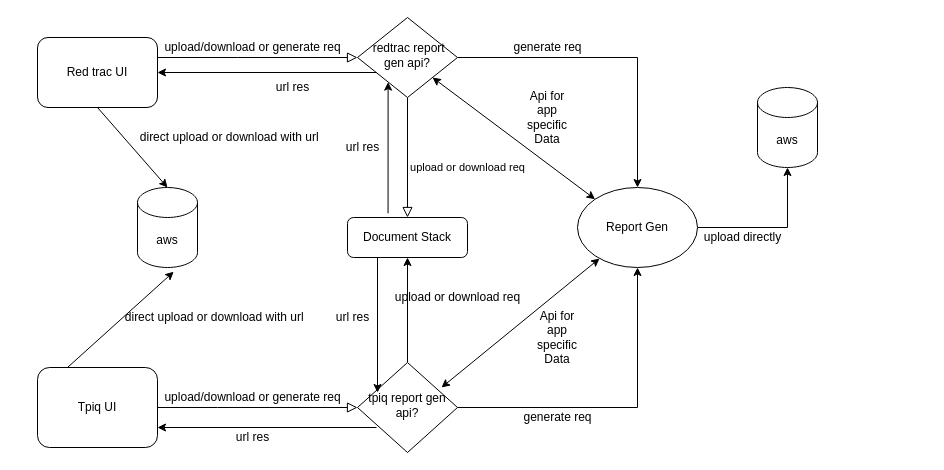
Above: Untitled Diagram.drawio in ZojitrA/diagrams (draw.io), before the change. Source tidied: cells renumbered, new cells numbered last; positions are measured from the earlier drawing's top-left corner, leaving out a move shared by most shapes. Both pictures are drawn from the tidied source at 100%, with x=0, y=0 at pixel (37, 17).
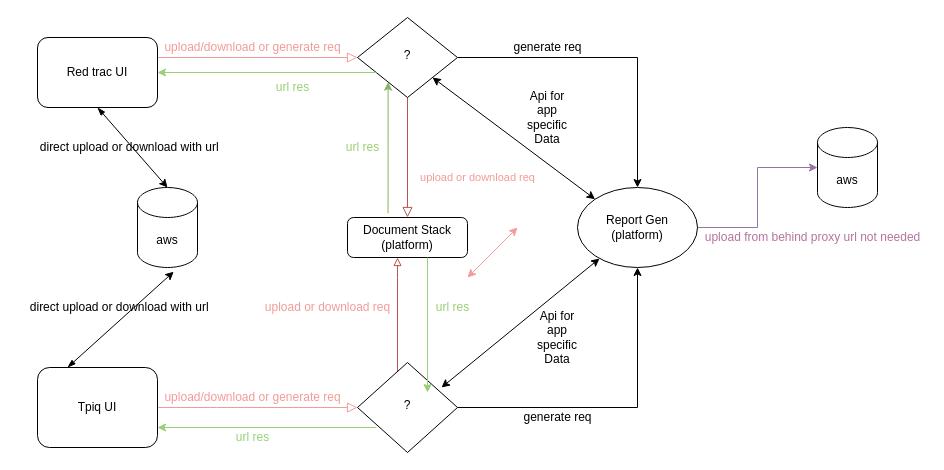
Above is the later version.

Commit message:
updated reportgen/tpsafe

Unchanged cells that the change refers to:
```xml
<mxCell id="3" value="Red trac UI" style="rounded=1;whiteSpace=wrap;html=1;fontSize=12;glass=0;strokeWidth=1;shadow=0;" parent="1" vertex="1">
  <mxGeometry y="20" width="120" height="70" as="geometry" />
</mxCell>
<mxCell id="12" value="Tpiq UI" style="rounded=1;whiteSpace=wrap;html=1;fontSize=12;glass=0;strokeWidth=1;shadow=0;" parent="1" vertex="1">
  <mxGeometry y="350" width="120" height="80" as="geometry" />
</mxCell>
<mxCell id="24" value="aws" style="shape=cylinder3;whiteSpace=wrap;html=1;boundedLbl=1;backgroundOutline=1;size=15;" parent="1" vertex="1">
  <mxGeometry x="100" y="170" width="60" height="80" as="geometry" />
</mxCell>
```

The edit, as a diff of the source:
```diff
@@
-    <mxCell id="2" style="rounded=0;html=1;jettySize=auto;fontSize=11;endArrow=block;endFill=0;endSize=8;strokeWidth=1;shadow=0;labelBackgroundColor=none;edgeStyle=orthogonalEdgeStyle;" parent="1" edge="1" source="3" target="6">
+    <mxCell id="2" style="rounded=0;html=1;jettySize=auto;fontSize=11;endArrow=block;endFill=0;endSize=8;strokeWidth=1;shadow=0;labelBackgroundColor=none;edgeStyle=orthogonalEdgeStyle;strokeColor=#F19C99;" parent="1" edge="1" source="3" target="6">
       <mxGeometry relative="1" as="geometry">
         <Array as="points">
           <mxPoint x="200" y="40" />
           <mxPoint x="200" y="40" />
         </Array>
       </mxGeometry>
     </mxCell>
@@
-    <mxCell id="4" value="upload or download req" style="edgeStyle=orthogonalEdgeStyle;rounded=0;html=1;jettySize=auto;fontSize=11;endArrow=block;endFill=0;endSize=8;strokeWidth=1;shadow=0;labelBackgroundColor=none;" parent="1" edge="1" source="6" target="7">
-      <mxGeometry x="0.17" y="60" relative="1" as="geometry" />
+    <mxCell id="4" value="&lt;font color=&quot;#f19c99&quot;&gt;upload or download req&lt;/font&gt;" style="edgeStyle=orthogonalEdgeStyle;rounded=0;html=1;jettySize=auto;fontSize=11;endArrow=block;endFill=0;endSize=8;strokeWidth=1;shadow=0;labelBackgroundColor=none;fillColor=#f8cecc;strokeColor=#b85450;" parent="1" edge="1" source="6" target="7">
+      <mxGeometry x="0.33" y="70" relative="1" as="geometry" />
     </mxCell>
@@
-    <mxCell id="6" value="&amp;nbsp;redtrac report gen api?" style="rhombus;whiteSpace=wrap;html=1;shadow=0;fontFamily=Helvetica;fontSize=12;align=center;strokeWidth=1;spacing=6;spacingTop=-4;" parent="1" vertex="1">
+    <mxCell id="6" value="?" style="rhombus;whiteSpace=wrap;html=1;shadow=0;fontFamily=Helvetica;fontSize=12;align=center;strokeWidth=1;spacing=6;spacingTop=-4;" parent="1" vertex="1">
       <mxGeometry x="320" width="100" height="80" as="geometry" />
     </mxCell>
-    <mxCell id="7" value="Document Stack" style="rounded=1;whiteSpace=wrap;html=1;fontSize=12;glass=0;strokeWidth=1;shadow=0;" parent="1" vertex="1">
+    <mxCell id="7" value="Document Stack (platform)" style="rounded=1;whiteSpace=wrap;html=1;fontSize=12;glass=0;strokeWidth=1;shadow=0;" parent="1" vertex="1">
       <mxGeometry x="310" y="200" width="120" height="40" as="geometry" />
     </mxCell>
-    <mxCell id="8" style="rounded=0;html=1;jettySize=auto;fontSize=11;endArrow=block;endFill=0;endSize=8;strokeWidth=1;shadow=0;labelBackgroundColor=none;edgeStyle=orthogonalEdgeStyle;exitX=1;exitY=0.5;exitDx=0;exitDy=0;entryX=0;entryY=0.5;entryDx=0;entryDy=0;" parent="1" edge="1" source="12" target="11">
+    <mxCell id="8" style="rounded=0;html=1;jettySize=auto;fontSize=11;endArrow=block;endFill=0;endSize=8;strokeWidth=1;shadow=0;labelBackgroundColor=none;edgeStyle=orthogonalEdgeStyle;exitX=1;exitY=0.5;exitDx=0;exitDy=0;entryX=0;entryY=0.5;entryDx=0;entryDy=0;strokeColor=#F19C99;" parent="1" edge="1" source="12" target="11">
       <mxGeometry x="0.33" y="20" relative="1" as="geometry">
         <Array as="points">
           <mxPoint x="180" y="390" />
         </Array>
       </mxGeometry>
     </mxCell>
-    <mxCell id="9" style="edgeStyle=orthogonalEdgeStyle;rounded=0;jettySize=auto;html=1;" parent="1" edge="1" source="11" target="7">
-      <mxGeometry relative="1" as="geometry" />
+    <mxCell id="9" style="edgeStyle=orthogonalEdgeStyle;rounded=0;jettySize=auto;html=1;fillColor=#f8cecc;strokeColor=#b85450;endArrow=block;endFill=0;" parent="1" edge="1" source="11" target="7">
+      <mxGeometry relative="1" as="geometry">
+        <Array as="points">
+          <mxPoint x="360" y="260" />
+          <mxPoint x="360" y="260" />
+        </Array>
+      </mxGeometry>
     </mxCell>
@@
-    <mxCell id="11" value="tpiq report gen api?" style="rhombus;whiteSpace=wrap;html=1;shadow=0;fontFamily=Helvetica;fontSize=12;align=center;strokeWidth=1;spacing=6;spacingTop=-4;" parent="1" vertex="1">
+    <mxCell id="11" value="?" style="rhombus;whiteSpace=wrap;html=1;shadow=0;fontFamily=Helvetica;fontSize=12;align=center;strokeWidth=1;spacing=6;spacingTop=-4;" parent="1" vertex="1">
       <mxGeometry x="320" y="345" width="100" height="90" as="geometry" />
     </mxCell>
@@
-    <mxCell id="13" value="upload or download req" style="text;html=1;align=center;verticalAlign=middle;fillColor=none;strokeColor=none;rounded=0;" parent="1" vertex="1">
-      <mxGeometry x="350" y="270" width="140" height="20" as="geometry" />
+    <mxCell id="13" value="&lt;font color=&quot;#f19c99&quot;&gt;upload or download req&lt;/font&gt;" style="text;html=1;align=center;verticalAlign=middle;rounded=0;" parent="1" vertex="1">
+      <mxGeometry x="220" y="280" width="140" height="20" as="geometry" />
     </mxCell>
-    <mxCell id="14" style="edgeStyle=orthogonalEdgeStyle;rounded=0;jettySize=auto;html=1;" parent="1" edge="1" source="15" target="23">
+    <mxCell id="14" style="edgeStyle=orthogonalEdgeStyle;rounded=0;jettySize=auto;html=1;fillColor=#e1d5e7;strokeColor=#9673a6;" parent="1" edge="1" source="15" target="23">
       <mxGeometry relative="1" as="geometry" />
     </mxCell>
-    <mxCell id="15" value="Report Gen" style="ellipse;whiteSpace=wrap;html=1;" parent="1" vertex="1">
+    <mxCell id="15" value="Report Gen &lt;br&gt;(platform)" style="ellipse;whiteSpace=wrap;html=1;" parent="1" vertex="1">
       <mxGeometry x="540" y="170" width="120" height="80" as="geometry" />
     </mxCell>
-    <mxCell id="16" value="upload directly" style="text;html=1;align=center;verticalAlign=middle;fillColor=none;strokeColor=none;rounded=0;" parent="1" vertex="1">
-      <mxGeometry x="660" y="210" width="90" height="20" as="geometry" />
+    <mxCell id="16" value="&lt;font color=&quot;#b5739d&quot;&gt;upload from behind proxy url not needed&lt;/font&gt;" style="text;html=1;align=center;verticalAlign=middle;fillColor=none;strokeColor=none;rounded=0;" parent="1" vertex="1">
+      <mxGeometry x="660" y="210" width="230" height="20" as="geometry" />
     </mxCell>
@@
     <mxCell id="23" value="aws" style="shape=cylinder3;whiteSpace=wrap;html=1;boundedLbl=1;backgroundOutline=1;size=15;" parent="1" vertex="1">
-      <mxGeometry x="720" y="70" width="60" height="80" as="geometry" />
+      <mxGeometry x="780" y="110" width="60" height="80" as="geometry" />
     </mxCell>
@@
-    <mxCell id="25" style="endArrow=classic;html=1;entryX=0.306;entryY=0.808;entryDx=0;entryDy=0;entryPerimeter=0;exitX=0.338;exitY=-0.105;exitDx=0;exitDy=0;exitPerimeter=0;" parent="1" edge="1" source="7" target="6">
+    <mxCell id="25" style="endArrow=classic;html=1;entryX=0.306;entryY=0.808;entryDx=0;entryDy=0;entryPerimeter=0;exitX=0.338;exitY=-0.105;exitDx=0;exitDy=0;exitPerimeter=0;fillColor=#d5e8d4;strokeColor=#82b366;" parent="1" edge="1" source="7" target="6">
       <mxGeometry relative="1" as="geometry" />
     </mxCell>
-    <mxCell id="26" value="url res" style="text;html=1;align=center;verticalAlign=middle;fillColor=none;strokeColor=none;rounded=0;" parent="1" vertex="1">
+    <mxCell id="26" value="url res" style="text;html=1;align=center;verticalAlign=middle;fillColor=none;strokeColor=none;rounded=0;fontColor=#97D077;" parent="1" vertex="1">
       <mxGeometry x="300" y="120" width="50" height="20" as="geometry" />
     </mxCell>
-    <mxCell id="27" style="endArrow=classic;html=1;exitX=0.25;exitY=1;exitDx=0;exitDy=0;" parent="1" edge="1" source="7">
+    <mxCell id="27" style="endArrow=classic;html=1;strokeColor=#97D077;" parent="1" edge="1">
       <mxGeometry relative="1" as="geometry">
-        <mxPoint x="340" y="375" as="targetPoint" />
+        <mxPoint x="390" y="240" as="sourcePoint" />
+        <mxPoint x="390" y="375" as="targetPoint" />
       </mxGeometry>
     </mxCell>
-    <mxCell id="28" value="url res" style="text;html=1;align=center;verticalAlign=middle;fillColor=none;strokeColor=none;rounded=0;" parent="1" vertex="1">
-      <mxGeometry x="290" y="290" width="50" height="20" as="geometry" />
+    <mxCell id="28" value="url res" style="text;html=1;align=center;verticalAlign=middle;fillColor=none;strokeColor=none;rounded=0;fontColor=#97D077;" parent="1" vertex="1">
+      <mxGeometry x="390" y="280" width="50" height="20" as="geometry" />
     </mxCell>
-    <mxCell id="29" value="url res" style="text;html=1;align=center;verticalAlign=middle;fillColor=none;strokeColor=none;rounded=0;" parent="1" vertex="1">
+    <mxCell id="29" value="url res" style="text;html=1;align=center;verticalAlign=middle;fillColor=none;strokeColor=none;rounded=0;fontColor=#97D077;" parent="1" vertex="1">
       <mxGeometry x="190" y="410" width="50" height="20" as="geometry" />
     </mxCell>
-    <mxCell id="30" value="upload/download or generate req" style="text;html=1;align=center;verticalAlign=middle;fillColor=none;strokeColor=none;rounded=0;" parent="1" vertex="1">
+    <mxCell id="30" value="upload/download or generate req" style="text;html=1;align=center;verticalAlign=middle;fillColor=none;strokeColor=none;rounded=0;fontColor=#F19C99;" parent="1" vertex="1">
       <mxGeometry x="120" y="370" width="190" height="20" as="geometry" />
     </mxCell>
-    <mxCell id="31" style="endArrow=classic;html=1;entryX=1;entryY=0.5;entryDx=0;entryDy=0;" parent="1" edge="1" target="3">
+    <mxCell id="31" style="endArrow=classic;html=1;entryX=1;entryY=0.5;entryDx=0;entryDy=0;fontColor=#97D077;strokeColor=#97D077;" parent="1" edge="1" target="3">
       <mxGeometry relative="1" as="geometry">
         <mxPoint x="339" y="55" as="sourcePoint" />
       </mxGeometry>
     </mxCell>
-    <mxCell id="32" style="endArrow=classic;html=1;entryX=1;entryY=0.75;entryDx=0;entryDy=0;" parent="1" edge="1" target="12">
+    <mxCell id="32" style="endArrow=classic;html=1;entryX=1;entryY=0.75;entryDx=0;entryDy=0;strokeColor=#97D077;" parent="1" edge="1" target="12">
       <mxGeometry relative="1" as="geometry">
         <mxPoint x="339" y="410" as="sourcePoint" />
       </mxGeometry>
     </mxCell>
-    <mxCell id="33" value="url res" style="text;html=1;align=center;verticalAlign=middle;fillColor=none;strokeColor=none;rounded=0;" parent="1" vertex="1">
+    <mxCell id="33" value="url res" style="text;html=1;align=center;verticalAlign=middle;rounded=0;fontColor=#97D077;" parent="1" vertex="1">
       <mxGeometry x="230" y="60" width="50" height="20" as="geometry" />
     </mxCell>
-    <mxCell id="34" style="endArrow=classic;html=1;exitX=0.5;exitY=1;exitDx=0;exitDy=0;entryX=0.5;entryY=0;entryDx=0;entryDy=0;entryPerimeter=0;" parent="1" edge="1" source="3" target="24">
+    <mxCell id="34" style="endArrow=classic;html=1;exitX=0.5;exitY=1;exitDx=0;exitDy=0;entryX=0.5;entryY=0;entryDx=0;entryDy=0;entryPerimeter=0;startArrow=blockThin;startFill=1;" parent="1" edge="1" source="3" target="24">
       <mxGeometry relative="1" as="geometry" />
     </mxCell>
-    <mxCell id="35" style="endArrow=classic;html=1;exitX=0.25;exitY=0;exitDx=0;exitDy=0;entryX=0.603;entryY=1.053;entryDx=0;entryDy=0;entryPerimeter=0;" parent="1" edge="1" source="12" target="24">
+    <mxCell id="35" style="endArrow=classic;html=1;exitX=0.25;exitY=0;exitDx=0;exitDy=0;entryX=0.603;entryY=1.053;entryDx=0;entryDy=0;entryPerimeter=0;startArrow=blockThin;startFill=1;" parent="1" edge="1" source="12" target="24">
       <mxGeometry relative="1" as="geometry" />
     </mxCell>
     <mxCell id="36" value="&amp;nbsp;direct upload or download with url" style="text;html=1;align=center;verticalAlign=middle;fillColor=none;strokeColor=none;rounded=0;" parent="1" vertex="1">
-      <mxGeometry x="75" y="290" width="200" height="20" as="geometry" />
+      <mxGeometry x="-20" y="280" width="200" height="20" as="geometry" />
     </mxCell>
     <mxCell id="37" value="&amp;nbsp;direct upload or download with url" style="text;html=1;align=center;verticalAlign=middle;fillColor=none;strokeColor=none;rounded=0;" parent="1" vertex="1">
-      <mxGeometry x="90" y="110" width="200" height="20" as="geometry" />
+      <mxGeometry x="-10" y="120" width="200" height="20" as="geometry" />
     </mxCell>
-    <mxCell id="38" value="upload/download or generate req" style="text;html=1;align=center;verticalAlign=middle;fillColor=none;strokeColor=none;rounded=0;" parent="1" vertex="1">
+    <mxCell id="38" value="upload/download or generate req" style="text;html=1;align=center;verticalAlign=middle;fillColor=none;strokeColor=none;rounded=0;fontColor=#F19C99;" parent="1" vertex="1">
       <mxGeometry x="120" y="20" width="190" height="20" as="geometry" />
     </mxCell>
+    <mxCell id="39" style="endArrow=classic;startArrow=classic;html=1;strokeColor=#F19C99;fontColor=#F19C99;" parent="1" edge="1">
+      <mxGeometry relative="1" as="geometry">
+        <mxPoint x="430" y="260" as="sourcePoint" />
+        <mxPoint x="480" y="210" as="targetPoint" />
+      </mxGeometry>
+    </mxCell>
```
